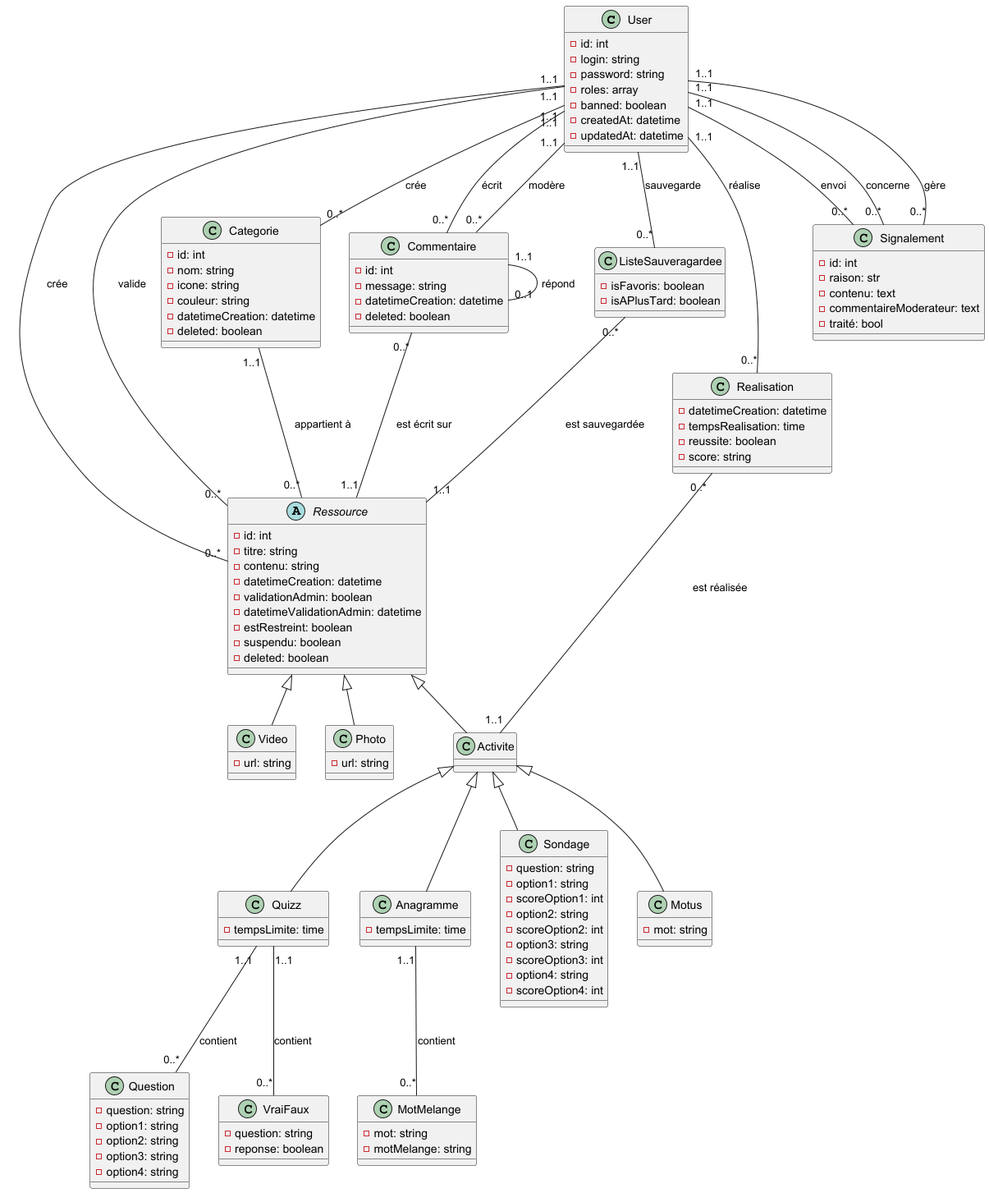
Above: docs/diagrams/diagrammeDeClasse.png in cda1-2024/Ressources-relationnelles (PlantUML), before the change.
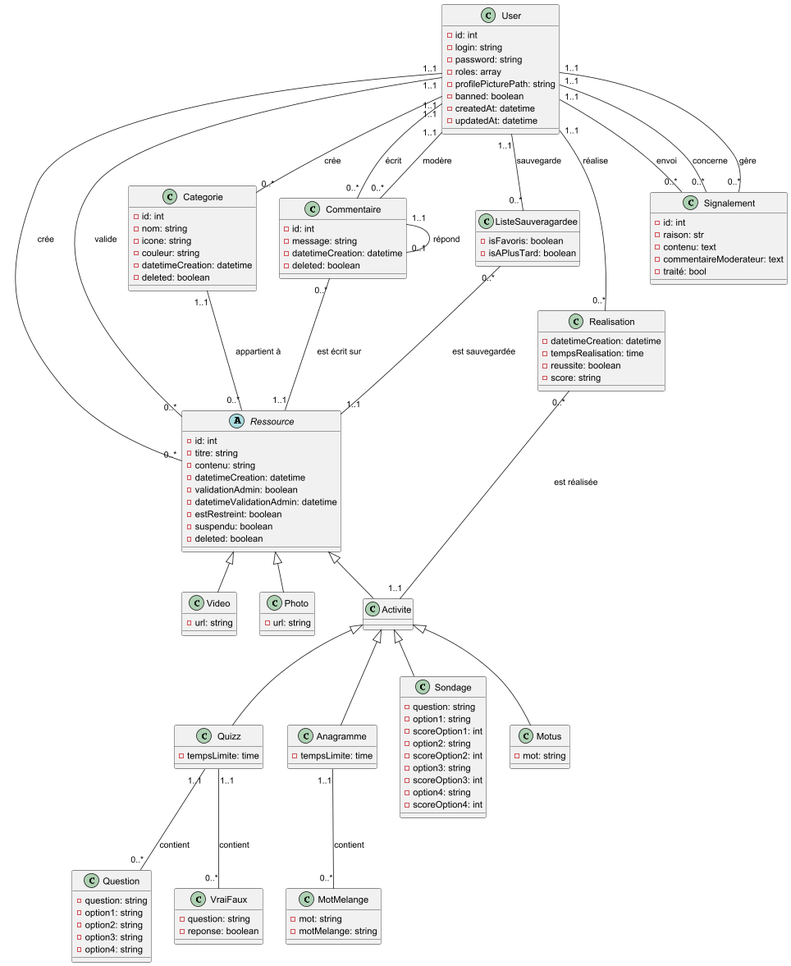
Above is the later version.

Commit message:
Modif classe

Diff of the diagram source:
```diff
@@ -5,6 +5,7 @@
     -login: string
     -password: string
     -roles: array
+    -profilePicturePath: string
     -banned: boolean
     -createdAt: datetime
     -updatedAt: datetime
```
